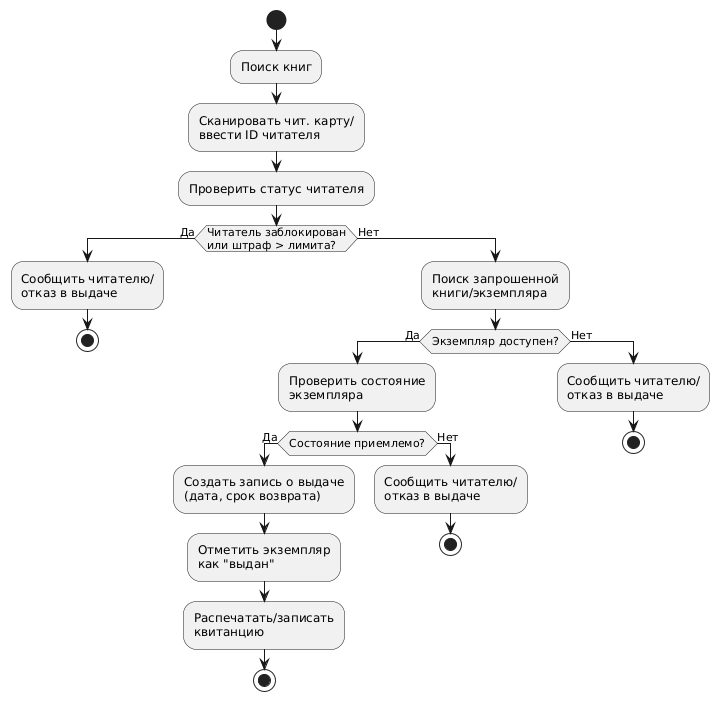
Earlier version of the PlantUML export docs/images/reader_do.png (EmAnto0/InfProject). Source of this version:
```plantuml
@startuml
start
:Поиск книг;
:Сканировать чит. карту/\nввести ID читателя;
:Проверить статус читателя;

if (Читатель заблокирован\nили штраф > лимита?) then (Да)
  :Сообщить читателю/\nотказ в выдаче;
  stop
else (Нет)
  :Поиск запрошенной\nкниги/экземпляра;

  if (Экземпляр доступен?) then (Да)
    :Проверить состояние\nэкземпляра;

    if (Состояние приемлемо?) then (Да)
      :Создать запись о выдаче\n(дата, срок возврата);
      :Отметить экземпляр\nкак "выдан";
      :Распечатать/записать\nквитанцию;
      stop
    else (Нет)
      :Сообщить читателю/\nотказ в выдаче;
      stop
    endif
  else (Нет)
    :Сообщить читателю/\nотказ в выдаче;
    stop
  endif
endif
@enduml
```
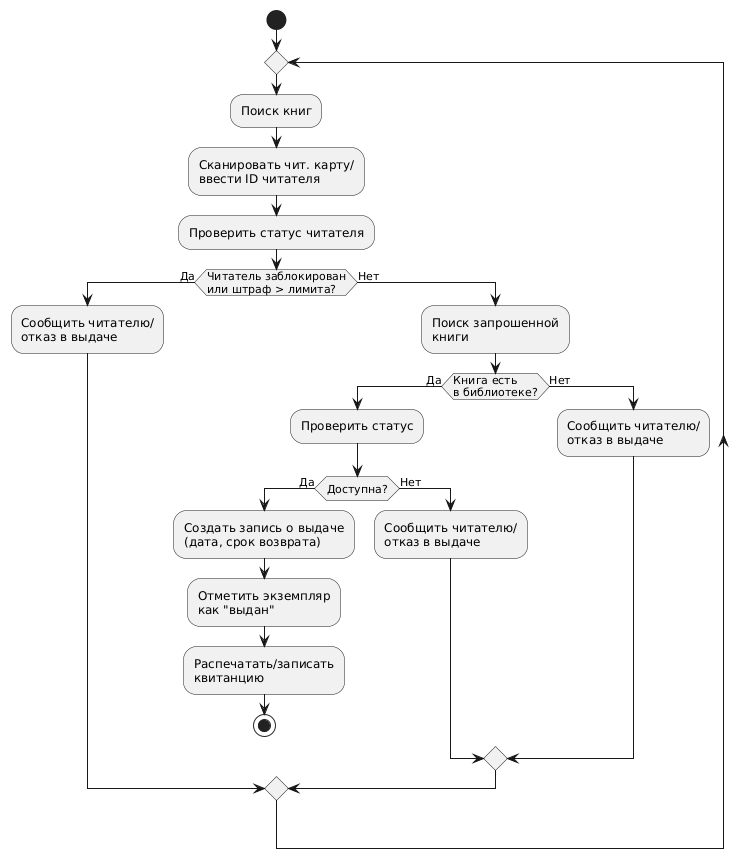
The same file after the commit.

The edit, as a diff of the source:
```diff
@@ -1,30 +1,25 @@
 @startuml
 start
+repeat
 :Поиск книг;
 :Сканировать чит. карту/\nввести ID читателя;
 :Проверить статус читателя;
-
 if (Читатель заблокирован\nили штраф > лимита?) then (Да)
   :Сообщить читателю/\nотказ в выдаче;
-  stop
 else (Нет)
-  :Поиск запрошенной\nкниги/экземпляра;
-
-  if (Экземпляр доступен?) then (Да)
-    :Проверить состояние\nэкземпляра;
-
-    if (Состояние приемлемо?) then (Да)
+  :Поиск запрошенной\nкниги;
+  if (Книга есть\nв библиотеке?) then (Да)
+    :Проверить статус;
+    if (Доступна?) then (Да)
       :Создать запись о выдаче\n(дата, срок возврата);
       :Отметить экземпляр\nкак "выдан";
       :Распечатать/записать\nквитанцию;
       stop
     else (Нет)
       :Сообщить читателю/\nотказ в выдаче;
-      stop
     endif
   else (Нет)
     :Сообщить читателю/\nотказ в выдаче;
-    stop
   endif
 endif
 @enduml
```
